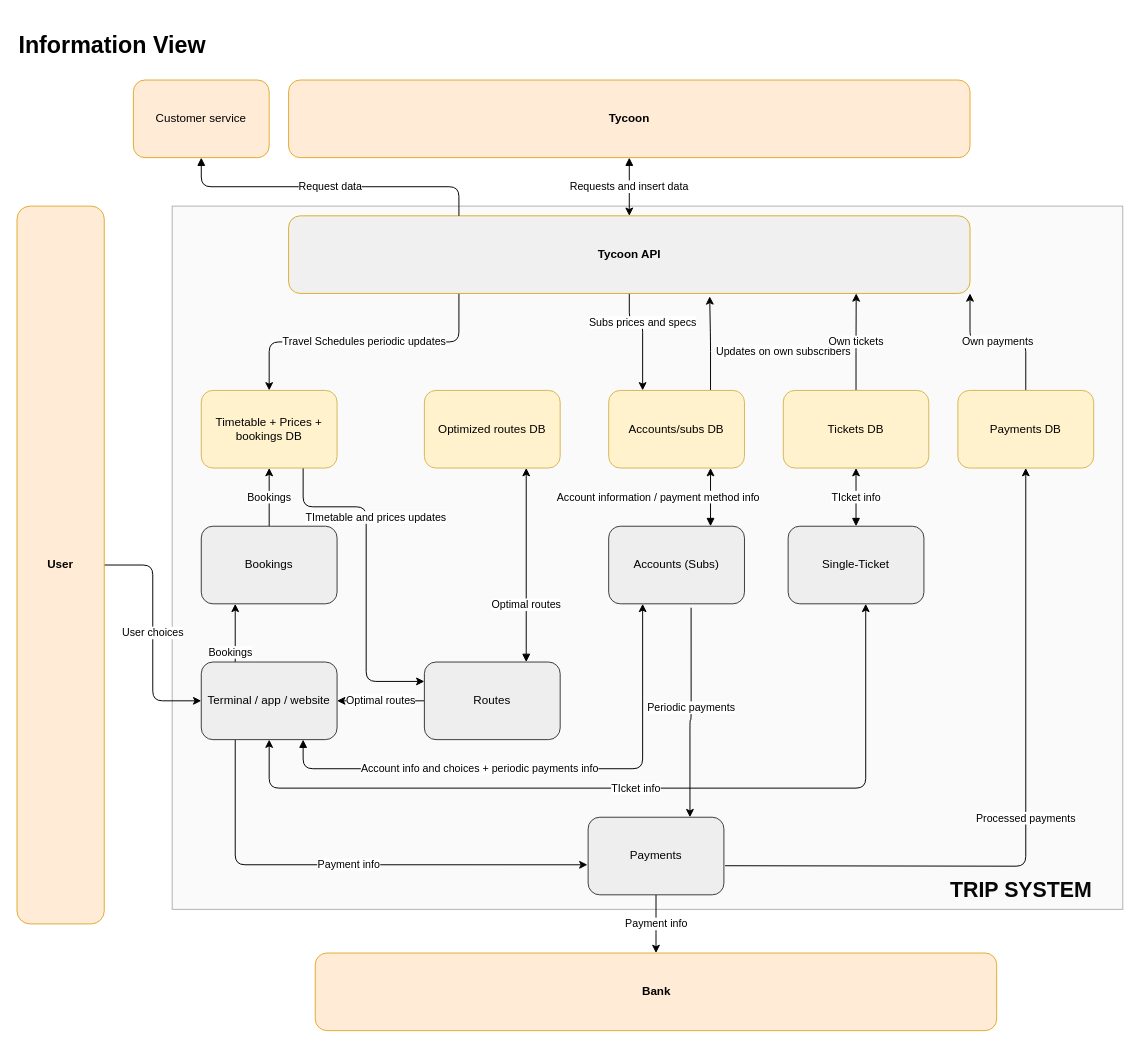
Earlier version of the draw.io diagram drawings/views_final_version/information_view.drawio (aleCombi/SoftwareArchitecture). Source tidied: cells renumbered, new cells numbered last; positions are measured from the earlier drawing's top-left corner, leaving out a move shared by most shapes. Both pictures are drawn from the tidied source at 97%, with x=0, y=0 at pixel (16, 31).
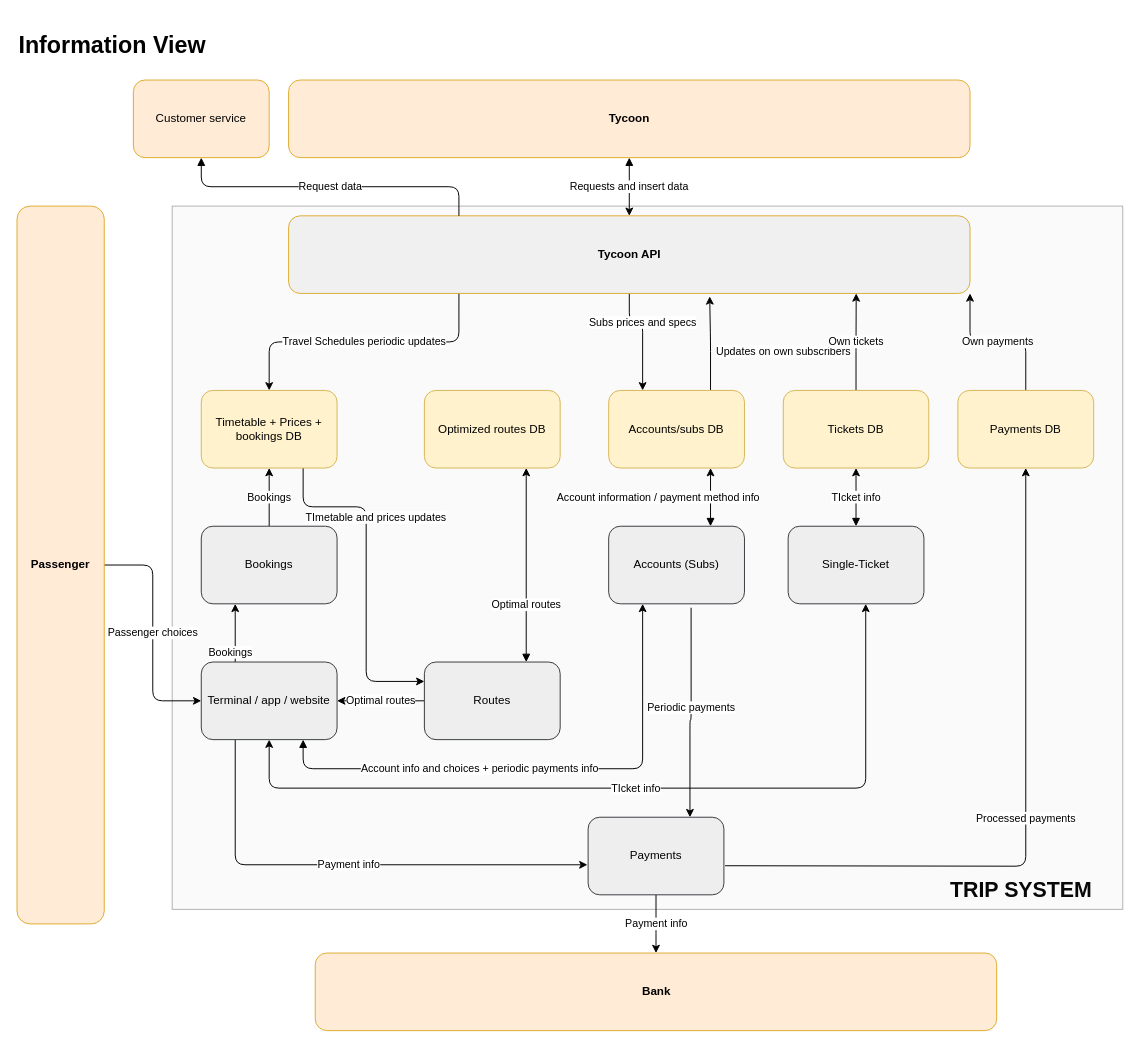
Above is the later version.

Unchanged cells that the change refers to:
```xml
<mxCell id="9" value="Terminal / app / website" style="rounded=1;whiteSpace=wrap;html=1;fillColor=#eeeeee;strokeColor=#36393d;" parent="1" vertex="1">
  <mxGeometry x="190" y="650" width="140" height="80" as="geometry" />
</mxCell>
```

What changed in the source:
```diff
@@
-    <mxCell id="3" value="User choices" style="edgeStyle=orthogonalEdgeStyle;html=1;exitX=1;exitY=0.5;exitDx=0;exitDy=0;entryX=0;entryY=0.5;entryDx=0;entryDy=0;startArrow=none;startFill=0;" parent="1" edge="1" source="4" target="9">
+    <mxCell id="3" value="Passenger choices" style="edgeStyle=orthogonalEdgeStyle;html=1;exitX=1;exitY=0.5;exitDx=0;exitDy=0;entryX=0;entryY=0.5;entryDx=0;entryDy=0;startArrow=none;startFill=0;" parent="1" edge="1" source="4" target="9">
       <mxGeometry relative="1" as="geometry" />
     </mxCell>
-    <mxCell id="4" value="&lt;b&gt;User&lt;/b&gt;" style="rounded=1;whiteSpace=wrap;html=1;fillColor=#ffe6cc;strokeColor=#d79b00;opacity=80;" parent="1" vertex="1">
+    <mxCell id="4" value="&lt;b&gt;Passenger&lt;/b&gt;" style="rounded=1;whiteSpace=wrap;html=1;fillColor=#ffe6cc;strokeColor=#d79b00;opacity=80;" parent="1" vertex="1">
       <mxGeometry y="180" width="90" height="740" as="geometry" />
     </mxCell>
```
